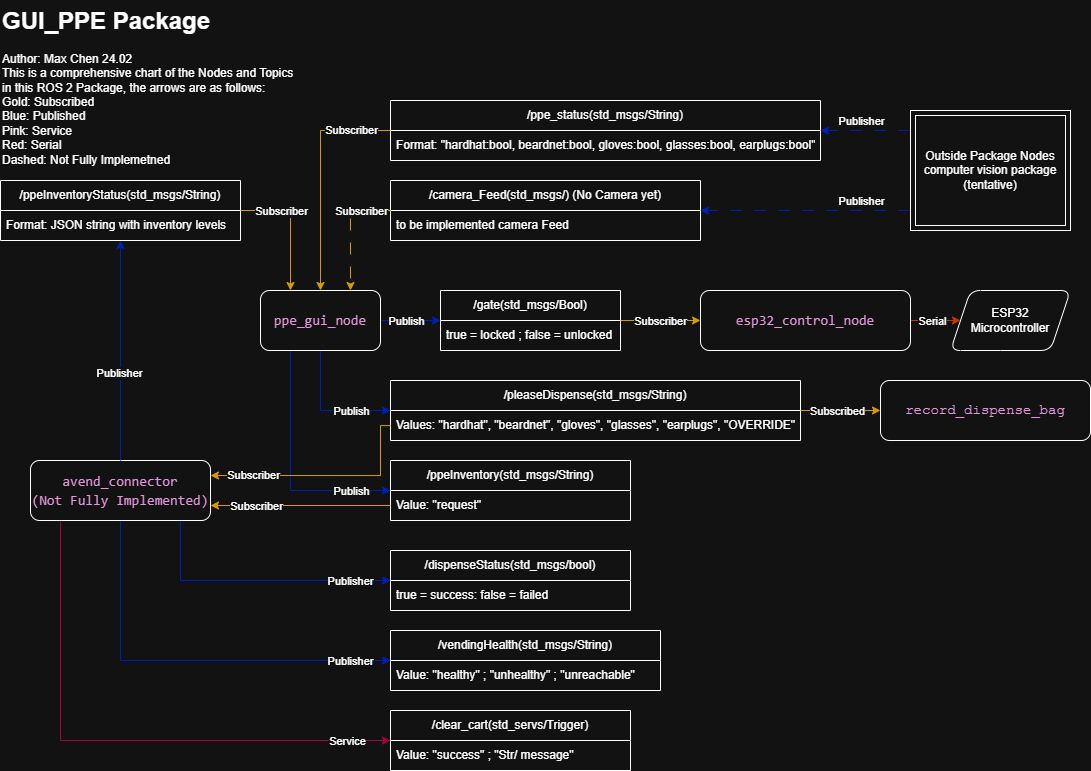
Before: docs/images/GUI_ROS2_Node_NT.png, a diagram exported from draw.io (ckyb63/ppe_gui_package). Source tidied: cells renumbered, new cells last; positions are measured from the earlier drawing's top-left corner, leaving out a move shared by most shapes.
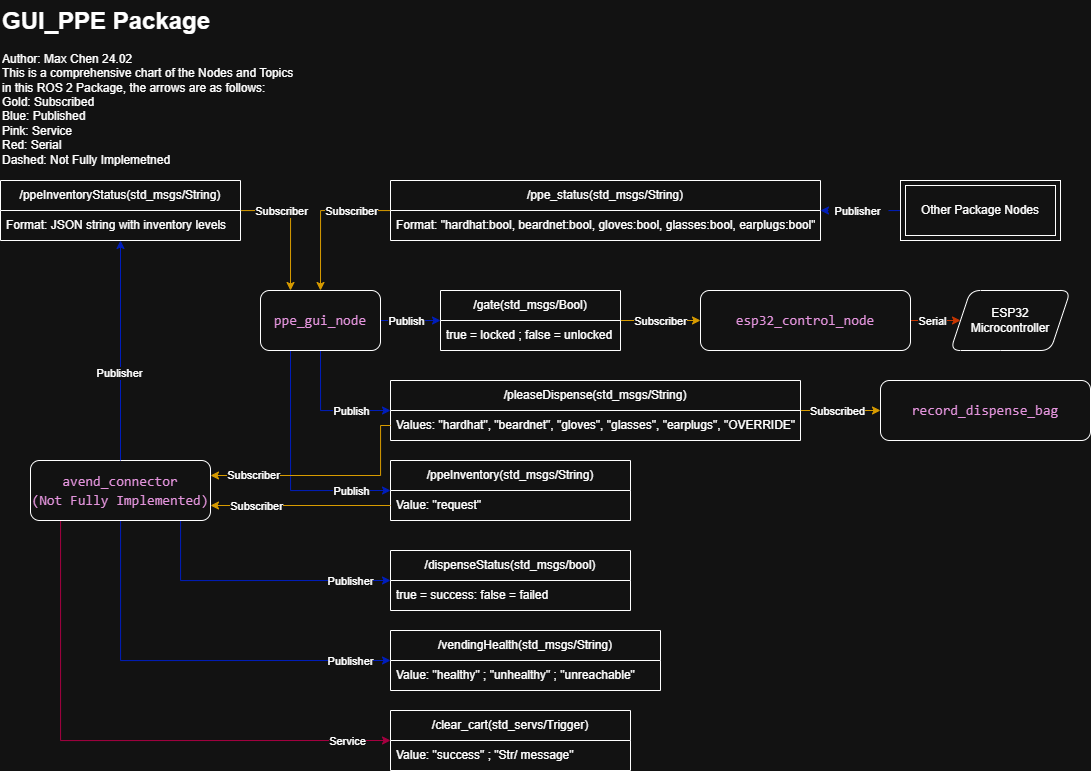
The same diagram one commit later.

Change to the diagram source:
```diff
@@ -43,11 +43,11 @@
     </mxCell>
     <mxCell id="10" value="Subscriber" style="edgeLabel;html=1;align=center;verticalAlign=middle;" parent="9" vertex="1">
       <mxGeometry x="0.13" relative="1" as="geometry">
-        <mxPoint x="30" y="-60" as="offset" />
+        <mxPoint x="30" y="-14" as="offset" />
       </mxGeometry>
     </mxCell>
     <mxCell id="11" value="/ppe_status(std_msgs/String)" style="swimlane;fontStyle=0;horizontal=1;startSize=30;whiteSpace=wrap;html=1;" parent="1" vertex="1">
-      <mxGeometry x="390" y="100" width="430" height="60" as="geometry" />
+      <mxGeometry x="390" y="180" width="430" height="60" as="geometry" />
     </mxCell>
     <mxCell id="12" value="Format: &quot;hardhat:bool, beardnet:bool, gloves:bool, glasses:bool, earplugs:bool&quot;" style="text;strokeColor=none;fillColor=none;align=left;verticalAlign=middle;spacingLeft=4;spacingRight=4;overflow=hidden;whiteSpace=wrap;html=1;" parent="11" vertex="1">
       <mxGeometry y="30" width="430" height="30" as="geometry" />
@@ -100,24 +100,6 @@
     <mxCell id="26" value="Value: &quot;request&quot;" style="text;strokeColor=none;fillColor=none;align=left;verticalAlign=middle;spacingLeft=4;spacingRight=4;overflow=hidden;points=[[0,0.5],[1,0.5]];portConstraint=eastwest;whiteSpace=wrap;html=1;" parent="25" vertex="1">
       <mxGeometry y="30" width="240" height="30" as="geometry" />
     </mxCell>
-    <mxCell id="27" value="/camera_Feed(std_msgs/) (No Camera yet)" style="swimlane;fontStyle=0;horizontal=1;startSize=30;whiteSpace=wrap;html=1;" parent="1" vertex="1">
-      <mxGeometry x="390" y="180" width="310" height="60" as="geometry" />
-    </mxCell>
-    <mxCell id="28" value="to be implemented camera Feed" style="text;strokeColor=none;fillColor=none;align=left;verticalAlign=middle;spacingLeft=4;spacingRight=4;overflow=hidden;whiteSpace=wrap;html=1;" parent="27" vertex="1">
-      <mxGeometry y="30" width="310" height="30" as="geometry" />
-    </mxCell>
-    <mxCell id="29" style="edgeStyle=orthogonalEdgeStyle;rounded=0;jettySize=auto;html=1;entryX=0.75;entryY=0;entryDx=0;entryDy=0;fillColor=#ffcd28;gradientColor=#ffa500;strokeColor=#d79b00;dashed=1;dashPattern=12 12;" parent="1" edge="1" source="27" target="8">
-      <mxGeometry relative="1" as="geometry">
-        <Array as="points">
-          <mxPoint x="350" y="210" />
-        </Array>
-      </mxGeometry>
-    </mxCell>
-    <mxCell id="30" value="Subscriber" style="edgeLabel;html=1;align=center;verticalAlign=middle;" parent="29" vertex="1">
-      <mxGeometry x="0.24" y="1" relative="1" as="geometry">
-        <mxPoint x="9" y="-34" as="offset" />
-      </mxGeometry>
-    </mxCell>
     <mxCell id="31" style="edgeStyle=orthogonalEdgeStyle;rounded=0;jettySize=auto;html=1;fillColor=#fa6800;strokeColor=#C73500;" parent="1" edge="1" source="33" target="34">
       <mxGeometry relative="1" as="geometry" />
     </mxCell>
@@ -216,34 +198,21 @@
     <mxCell id="55" value="&lt;h1 style=&quot;margin-top: 0px;&quot;&gt;GUI_PPE Package&lt;/h1&gt;&lt;div&gt;Author: Max Chen 24.02&lt;/div&gt;&lt;div&gt;This is a comprehensive chart of the Nodes and Topics in this ROS 2 Package, the arrows are as follows:&lt;/div&gt;&lt;div&gt;Gold: Subscribed&lt;/div&gt;&lt;div&gt;Blue: Published&lt;/div&gt;&lt;div&gt;Pink: Service&lt;/div&gt;&lt;div&gt;Red: Serial&lt;/div&gt;&lt;div&gt;Dashed: Not Fully Implemetned&lt;/div&gt;" style="text;html=1;whiteSpace=wrap;overflow=hidden;rounded=0;" parent="1" vertex="1">
       <mxGeometry width="300" height="180" as="geometry" />
     </mxCell>
-    <mxCell id="56" style="edgeStyle=orthogonalEdgeStyle;rounded=0;jettySize=auto;html=1;entryX=1;entryY=0.5;entryDx=0;entryDy=0;fillColor=#0050ef;strokeColor=#001DBC;dashed=1;dashPattern=12 12;" parent="1" edge="1" source="60" target="27">
-      <mxGeometry relative="1" as="geometry">
-        <Array as="points">
-          <mxPoint x="830" y="210" />
-          <mxPoint x="830" y="210" />
-        </Array>
-      </mxGeometry>
-    </mxCell>
-    <mxCell id="57" value="Publisher" style="edgeLabel;html=1;align=center;verticalAlign=middle;" parent="56" vertex="1">
-      <mxGeometry x="-0.66" y="1" relative="1" as="geometry">
-        <mxPoint x="-14" y="-11" as="offset" />
-      </mxGeometry>
-    </mxCell>
     <mxCell id="58" style="edgeStyle=orthogonalEdgeStyle;rounded=0;jettySize=auto;html=1;entryX=1;entryY=0.5;entryDx=0;entryDy=0;dashed=1;dashPattern=12 12;fillColor=#0050ef;strokeColor=#001DBC;" parent="1" edge="1" source="60" target="11">
       <mxGeometry relative="1" as="geometry">
         <Array as="points">
-          <mxPoint x="860" y="130" />
-          <mxPoint x="860" y="130" />
+          <mxPoint x="850" y="210" />
+          <mxPoint x="850" y="210" />
         </Array>
       </mxGeometry>
     </mxCell>
     <mxCell id="59" value="Publisher" style="edgeLabel;html=1;align=center;verticalAlign=middle;" parent="58" vertex="1">
       <mxGeometry x="0.01" y="-1" relative="1" as="geometry">
-        <mxPoint x="-4" y="-9" as="offset" />
+        <mxPoint x="-4" y="1" as="offset" />
       </mxGeometry>
     </mxCell>
-    <mxCell id="60" value="&lt;div&gt;Outside Package Nodes&lt;/div&gt;computer vision package (tentative)" style="shape=ext;margin=3;double=1;whiteSpace=wrap;html=1;align=center;" parent="1" vertex="1">
-      <mxGeometry x="910" y="110" width="160" height="120" as="geometry" />
+    <mxCell id="60" value="&lt;div&gt;Other Package Nodes&lt;/div&gt;" style="shape=ext;margin=3;double=1;whiteSpace=wrap;html=1;align=center;" parent="1" vertex="1">
+      <mxGeometry x="900" y="180" width="160" height="60" as="geometry" />
     </mxCell>
   </root>
 </mxGraphModel>
```
